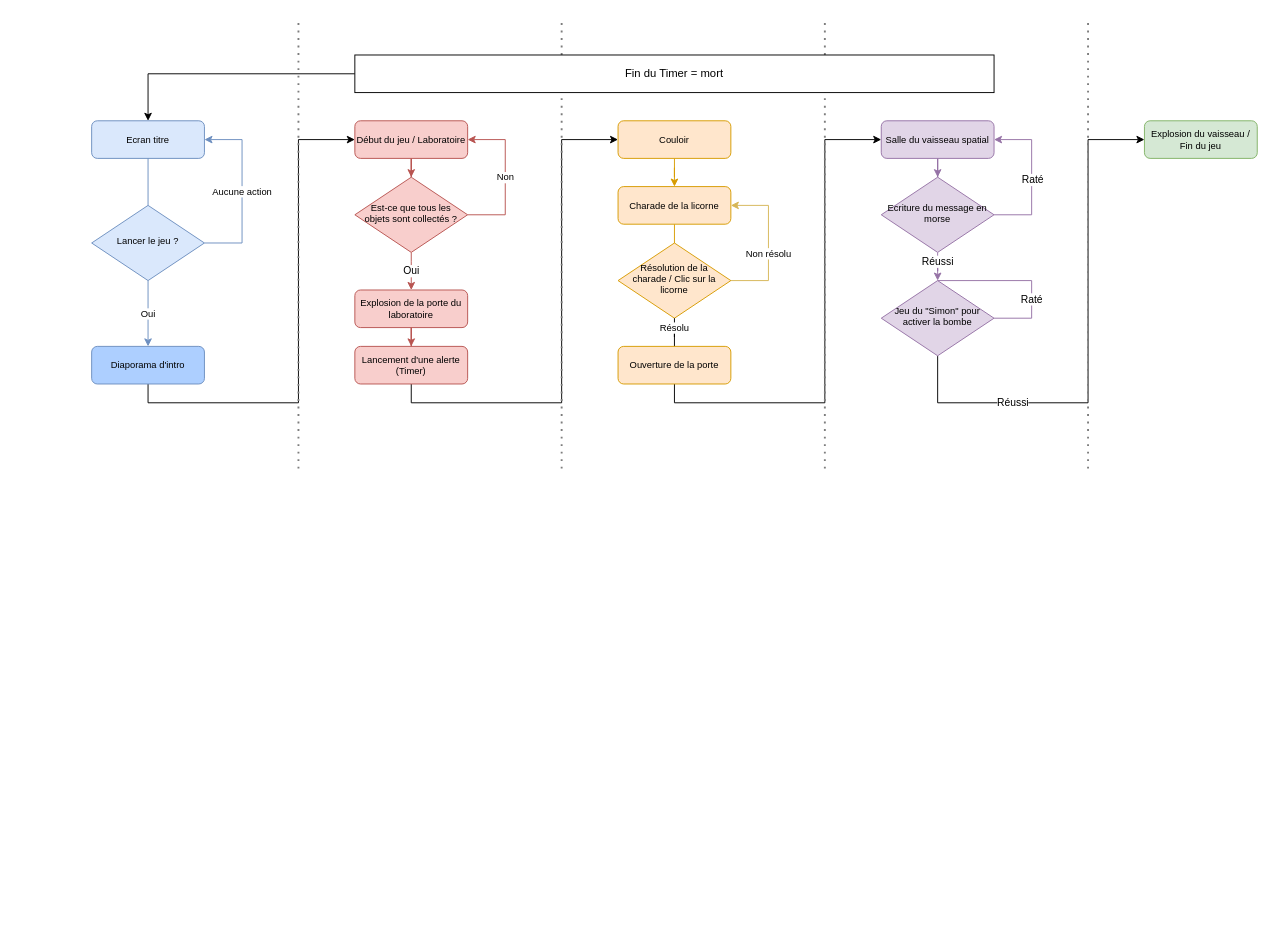
This is Schéma de navigation.drawio from AztyMatt/Alien-Escaper, a draw.io file, before an edit. Source tidied: cells renumbered, new cells numbered last; positions are measured from the earlier drawing's top-left corner, leaving out a move shared by most shapes. Both pictures are drawn from the tidied source at 94%, with x=0, y=0 at pixel (91, 17).
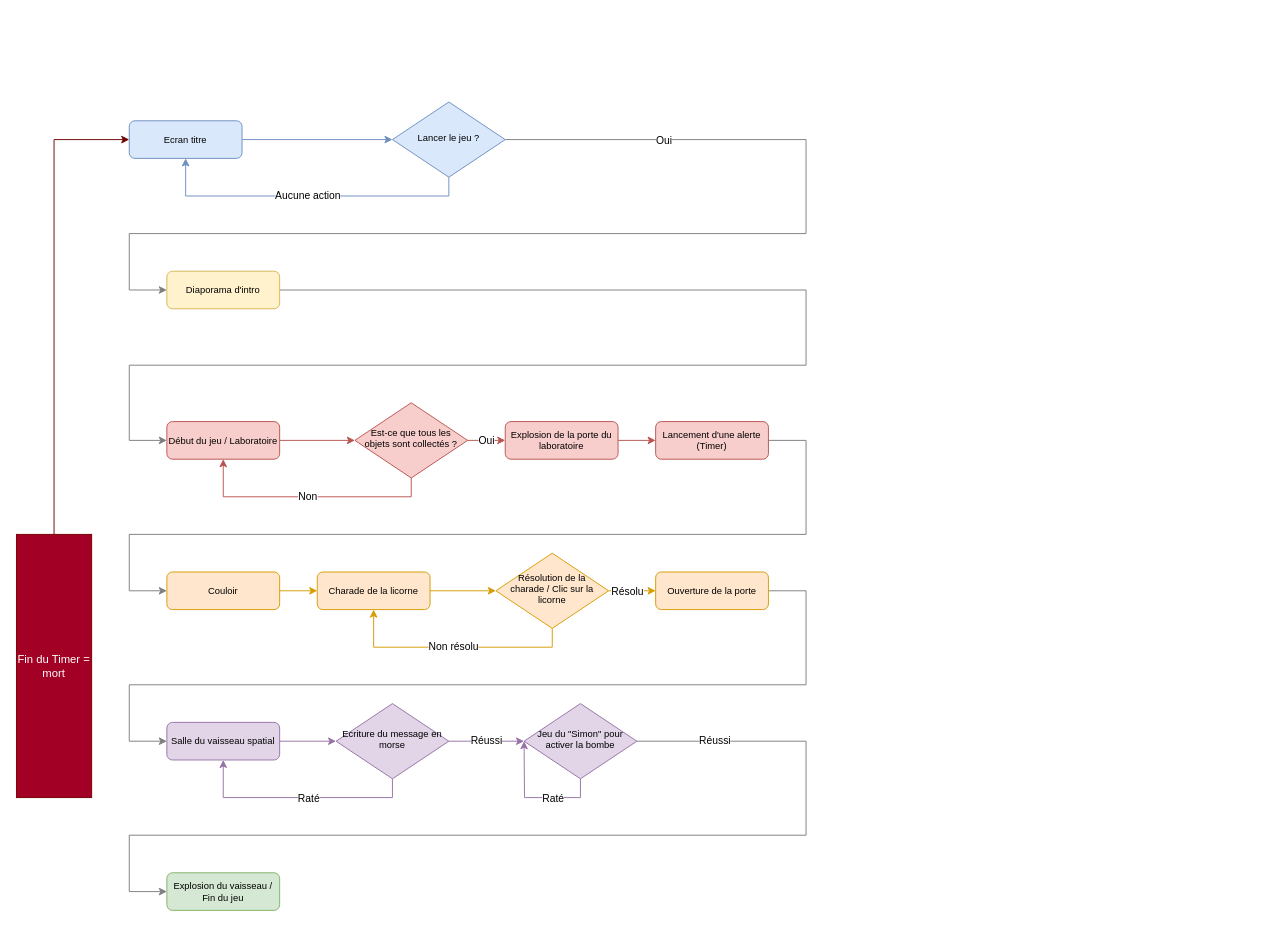
Above is the later version.

Commit message:
Mettre à jour Schéma de navigation.drawio

What changed in the source:
```diff
@@
-    <mxCell id="2" value="Oui" style="edgeStyle=orthogonalEdgeStyle;rounded=0;jettySize=auto;html=1;entryX=0.5;entryY=0;entryDx=0;entryDy=0;startArrow=none;fontSize=10;fillColor=#dae8fc;strokeColor=#6c8ebf;" parent="1" edge="1" source="8" target="5">
-      <mxGeometry relative="1" as="geometry">
-        <Array as="points">
-          <mxPoint x="60" y="290" />
-          <mxPoint x="60" y="290" />
-        </Array>
-      </mxGeometry>
-    </mxCell>
+    <mxCell id="6" style="edgeStyle=orthogonalEdgeStyle;rounded=0;jettySize=auto;html=1;entryX=0;entryY=0.5;entryDx=0;entryDy=0;strokeColor=#6c8ebf;fillColor=#dae8fc;" parent="1" edge="1" source="3" target="8">
+      <mxGeometry relative="1" as="geometry" />
+    </mxCell>
     <mxCell id="3" value="Ecran titre" style="rounded=1;whiteSpace=wrap;html=1;fontSize=10;glass=0;strokeWidth=1;shadow=0;fillColor=#dae8fc;strokeColor=#6c8ebf;" parent="1" vertex="1">
-      <mxGeometry y="110" width="120" height="40" as="geometry" />
+      <mxGeometry x="40" y="110" width="120" height="40" as="geometry" />
     </mxCell>
-    <mxCell id="4" style="edgeStyle=orthogonalEdgeStyle;rounded=0;jettySize=auto;html=1;exitX=0.5;exitY=1;exitDx=0;exitDy=0;fontSize=10;entryX=0;entryY=0.5;entryDx=0;entryDy=0;" parent="1" edge="1" source="5" target="10">
+    <mxCell id="4" style="edgeStyle=orthogonalEdgeStyle;rounded=0;jettySize=auto;html=1;entryX=0;entryY=0.5;entryDx=0;entryDy=0;strokeColor=#7D7D7D;" parent="1" edge="1" source="5" target="10">
       <mxGeometry relative="1" as="geometry">
         <Array as="points">
-          <mxPoint x="60" y="410" />
-          <mxPoint x="220" y="410" />
-          <mxPoint x="220" y="130" />
+          <mxPoint x="760" y="290" />
+          <mxPoint x="760" y="370" />
+          <mxPoint x="40" y="370" />
+          <mxPoint x="40" y="450" />
         </Array>
       </mxGeometry>
     </mxCell>
-    <mxCell id="5" value="Diaporama d'intro" style="rounded=1;whiteSpace=wrap;html=1;fontSize=10;glass=0;strokeWidth=1;shadow=0;fillColor=#adcfff;strokeColor=#6c8ebf;" parent="1" vertex="1">
-      <mxGeometry y="350" width="120" height="40" as="geometry" />
+    <mxCell id="5" value="Diaporama d'intro" style="rounded=1;whiteSpace=wrap;html=1;fontSize=10;glass=0;strokeWidth=1;shadow=0;fillColor=#fff2cc;strokeColor=#d6b656;" parent="1" vertex="1">
+      <mxGeometry x="80" y="270" width="120" height="40" as="geometry" />
     </mxCell>
-    <mxCell id="6" style="edgeStyle=orthogonalEdgeStyle;rounded=0;jettySize=auto;html=1;entryX=0.5;entryY=0;entryDx=0;entryDy=0;endArrow=none;fontSize=10;fillColor=#dae8fc;strokeColor=#6c8ebf;" parent="1" edge="1" source="3" target="8">
-      <mxGeometry relative="1" as="geometry" />
-    </mxCell>
+    <mxCell id="2" style="edgeStyle=orthogonalEdgeStyle;rounded=0;jettySize=auto;html=1;exitX=1;exitY=0.5;exitDx=0;exitDy=0;entryX=0;entryY=0.5;entryDx=0;entryDy=0;strokeColor=#7D7D7D;" parent="1" edge="1" source="8" target="5">
+      <mxGeometry relative="1" as="geometry">
+        <Array as="points">
+          <mxPoint x="760" y="130" />
+          <mxPoint x="760" y="230" />
+          <mxPoint x="40" y="230" />
+          <mxPoint x="40" y="290" />
+        </Array>
+      </mxGeometry>
+    </mxCell>
+    <mxCell id="46" value="Oui" style="edgeLabel;html=1;align=center;verticalAlign=middle;" parent="2" vertex="1">
+      <mxGeometry x="-0.84" y="1" relative="1" as="geometry">
+        <mxPoint x="69" y="1" as="offset" />
+      </mxGeometry>
+    </mxCell>
-    <mxCell id="7" value="Aucune action" style="edgeStyle=orthogonalEdgeStyle;rounded=0;jettySize=auto;html=1;entryX=1;entryY=0.5;entryDx=0;entryDy=0;fontSize=10;fillColor=#dae8fc;strokeColor=#6c8ebf;" parent="1" edge="1" source="8" target="3">
-      <mxGeometry relative="1" as="geometry">
-        <Array as="points">
-          <mxPoint x="160" y="240" />
-          <mxPoint x="160" y="130" />
-        </Array>
-      </mxGeometry>
+    <mxCell id="7" value="Aucune action" style="edgeStyle=orthogonalEdgeStyle;rounded=0;jettySize=auto;html=1;exitX=0.5;exitY=1;exitDx=0;exitDy=0;entryX=0.5;entryY=1;entryDx=0;entryDy=0;strokeColor=#6c8ebf;fillColor=#dae8fc;" parent="1" edge="1" source="8" target="3">
+      <mxGeometry relative="1" as="geometry" />
     </mxCell>
     <mxCell id="8" value="Lancer le jeu ?" style="rhombus;whiteSpace=wrap;html=1;shadow=0;fontFamily=Helvetica;fontSize=10;align=center;strokeWidth=1;spacing=6;spacingTop=-4;fillColor=#dae8fc;strokeColor=#6c8ebf;" parent="1" vertex="1">
-      <mxGeometry y="200" width="120" height="80" as="geometry" />
+      <mxGeometry x="320" y="90" width="120" height="80" as="geometry" />
     </mxCell>
-    <mxCell id="9" style="edgeStyle=orthogonalEdgeStyle;rounded=0;jettySize=auto;html=1;entryX=0.5;entryY=0;entryDx=0;entryDy=0;fontSize=10;fillColor=#f8cecc;strokeColor=#b85450;" parent="1" edge="1" source="10" target="13">
+    <mxCell id="9" style="edgeStyle=orthogonalEdgeStyle;rounded=0;jettySize=auto;html=1;entryX=0;entryY=0.5;entryDx=0;entryDy=0;strokeColor=#b85450;fillColor=#f8cecc;" parent="1" edge="1" source="10" target="13">
       <mxGeometry relative="1" as="geometry" />
     </mxCell>
     <mxCell id="10" value="Début du jeu / Laboratoire" style="rounded=1;whiteSpace=wrap;html=1;fontSize=10;glass=0;strokeWidth=1;shadow=0;fillColor=#f8cecc;strokeColor=#b85450;" parent="1" vertex="1">
-      <mxGeometry x="280" y="110" width="120" height="40" as="geometry" />
+      <mxGeometry x="80" y="430" width="120" height="40" as="geometry" />
     </mxCell>
+    <mxCell id="12" value="Oui" style="edgeStyle=orthogonalEdgeStyle;rounded=0;jettySize=auto;html=1;exitX=1;exitY=0.5;exitDx=0;exitDy=0;entryX=0;entryY=0.5;entryDx=0;entryDy=0;strokeColor=#b85450;fillColor=#f8cecc;" parent="1" edge="1" source="13" target="27">
+      <mxGeometry relative="1" as="geometry" />
+    </mxCell>
-    <mxCell id="11" value="Non" style="edgeStyle=orthogonalEdgeStyle;rounded=0;jettySize=auto;html=1;entryX=1;entryY=0.5;entryDx=0;entryDy=0;fontSize=10;fillColor=#f8cecc;strokeColor=#b85450;" parent="1" edge="1" source="13" target="10">
-      <mxGeometry relative="1" as="geometry">
-        <Array as="points">
-          <mxPoint x="440" y="210" />
-          <mxPoint x="440" y="130" />
-        </Array>
-      </mxGeometry>
+    <mxCell id="11" value="Non" style="edgeStyle=orthogonalEdgeStyle;rounded=0;jettySize=auto;html=1;exitX=0.5;exitY=1;exitDx=0;exitDy=0;entryX=0.5;entryY=1;entryDx=0;entryDy=0;strokeColor=#b85450;fillColor=#f8cecc;" parent="1" edge="1" source="13" target="10">
+      <mxGeometry relative="1" as="geometry" />
     </mxCell>
-    <mxCell id="12" value="Oui" style="edgeStyle=orthogonalEdgeStyle;rounded=0;jettySize=auto;html=1;entryX=0.5;entryY=0;entryDx=0;entryDy=0;fillColor=#f8cecc;strokeColor=#b85450;" parent="1" edge="1" source="13" target="27">
-      <mxGeometry relative="1" as="geometry">
-        <Array as="points">
-          <mxPoint x="340" y="260" />
-          <mxPoint x="340" y="260" />
-        </Array>
-      </mxGeometry>
-    </mxCell>
     <mxCell id="13" value="Est-ce que tous les objets sont collectés ?" style="rhombus;whiteSpace=wrap;html=1;shadow=0;fontFamily=Helvetica;fontSize=10;align=center;strokeWidth=1;spacing=6;spacingTop=-4;fillColor=#f8cecc;strokeColor=#b85450;" parent="1" vertex="1">
-      <mxGeometry x="280" y="170" width="120" height="80" as="geometry" />
+      <mxGeometry x="280" y="410" width="120" height="80" as="geometry" />
     </mxCell>
@@
     <mxCell id="15" value="Couloir" style="rounded=1;whiteSpace=wrap;html=1;fontSize=10;glass=0;strokeWidth=1;shadow=0;fillColor=#ffe6cc;strokeColor=#d79b00;" parent="1" vertex="1">
-      <mxGeometry x="560" y="110" width="120" height="40" as="geometry" />
+      <mxGeometry x="80" y="590" width="120" height="40" as="geometry" />
     </mxCell>
-    <mxCell id="16" style="edgeStyle=orthogonalEdgeStyle;rounded=0;jettySize=auto;html=1;fontSize=10;fillColor=#ffe6cc;strokeColor=#d79b00;" parent="1" edge="1" source="17">
-      <mxGeometry relative="1" as="geometry">
-        <mxPoint x="620" y="270" as="targetPoint" />
-      </mxGeometry>
-    </mxCell>
+    <mxCell id="47" style="edgeStyle=orthogonalEdgeStyle;rounded=0;jettySize=auto;html=1;entryX=0;entryY=0.5;entryDx=0;entryDy=0;strokeColor=#d79b00;fillColor=#ffe6cc;" parent="1" edge="1" source="17" target="20">
+      <mxGeometry relative="1" as="geometry" />
+    </mxCell>
     <mxCell id="17" value="Charade de la licorne" style="rounded=1;whiteSpace=wrap;html=1;fontSize=10;glass=0;strokeWidth=1;shadow=0;fillColor=#ffe6cc;strokeColor=#d79b00;" parent="1" vertex="1">
-      <mxGeometry x="560" y="180" width="120" height="40" as="geometry" />
+      <mxGeometry x="240" y="590" width="120" height="40" as="geometry" />
     </mxCell>
-    <mxCell id="18" style="edgeStyle=orthogonalEdgeStyle;rounded=0;jettySize=auto;html=1;fontSize=10;entryX=1;entryY=0.5;entryDx=0;entryDy=0;fillColor=#fff2cc;strokeColor=#d6b656;" parent="1" edge="1" source="20" target="17">
-      <mxGeometry relative="1" as="geometry">
-        <Array as="points">
-          <mxPoint x="720" y="280" />
-          <mxPoint x="720" y="200" />
-        </Array>
-      </mxGeometry>
-    </mxCell>
+    <mxCell id="48" style="edgeStyle=orthogonalEdgeStyle;rounded=0;jettySize=auto;html=1;exitX=1;exitY=0.5;exitDx=0;exitDy=0;entryX=0;entryY=0.5;entryDx=0;entryDy=0;strokeColor=#d79b00;fillColor=#ffe6cc;" parent="1" edge="1" source="20" target="30">
+      <mxGeometry relative="1" as="geometry" />
+    </mxCell>
+    <mxCell id="28" value="Résolu" style="edgeLabel;html=1;align=center;verticalAlign=middle;" parent="48" vertex="1">
+      <mxGeometry x="-0.27" relative="1" as="geometry">
+        <mxPoint x="1" as="offset" />
+      </mxGeometry>
+    </mxCell>
-    <mxCell id="19" value="Non résolu" style="edgeLabel;html=1;align=center;verticalAlign=middle;fontSize=10;" parent="18" vertex="1">
-      <mxGeometry x="0.12" y="1" relative="1" as="geometry">
-        <mxPoint y="20" as="offset" />
-      </mxGeometry>
+    <mxCell id="19" value="Non résolu" style="edgeStyle=orthogonalEdgeStyle;rounded=0;jettySize=auto;html=1;exitX=0.5;exitY=1;exitDx=0;exitDy=0;entryX=0.5;entryY=1;entryDx=0;entryDy=0;strokeColor=#d79b00;fillColor=#ffe6cc;" parent="1" edge="1" source="20" target="17">
+      <mxGeometry relative="1" as="geometry" />
     </mxCell>
     <mxCell id="20" value="Résolution de la charade / Clic sur la licorne" style="rhombus;whiteSpace=wrap;html=1;shadow=0;fontFamily=Helvetica;fontSize=10;align=center;strokeWidth=1;spacing=6;spacingTop=-4;fillColor=#ffe6cc;strokeColor=#d79b00;" parent="1" vertex="1">
-      <mxGeometry x="560" y="240" width="120" height="80" as="geometry" />
+      <mxGeometry x="430" y="570" width="120" height="80" as="geometry" />
     </mxCell>
-    <mxCell id="21" style="edgeStyle=orthogonalEdgeStyle;rounded=0;jettySize=auto;html=1;fillColor=#e1d5e7;strokeColor=#9673a6;" parent="1" edge="1" source="22" target="34">
+    <mxCell id="21" style="edgeStyle=orthogonalEdgeStyle;rounded=0;jettySize=auto;html=1;entryX=0;entryY=0.5;entryDx=0;entryDy=0;strokeColor=#9673a6;fillColor=#e1d5e7;" parent="1" edge="1" source="22" target="34">
       <mxGeometry relative="1" as="geometry" />
     </mxCell>
     <mxCell id="22" value="Salle du vaisseau spatial" style="rounded=1;whiteSpace=wrap;html=1;fontSize=10;glass=0;strokeWidth=1;shadow=0;fillColor=#e1d5e7;strokeColor=#9673a6;" parent="1" vertex="1">
-      <mxGeometry x="840" y="110" width="120" height="40" as="geometry" />
+      <mxGeometry x="80" y="750" width="120" height="40" as="geometry" />
     </mxCell>
-    <mxCell id="23" value="Réussi" style="edgeStyle=orthogonalEdgeStyle;rounded=0;jettySize=auto;html=1;entryX=0;entryY=0.5;entryDx=0;entryDy=0;" parent="1" edge="1" source="24" target="25">
-      <mxGeometry x="-0.53" relative="1" as="geometry">
+    <mxCell id="23" value="Réussi" style="edgeStyle=orthogonalEdgeStyle;rounded=0;jettySize=auto;html=1;entryX=0;entryY=0.5;entryDx=0;entryDy=0;strokeColor=#7D7D7D;" parent="1" edge="1" source="24" target="25">
+      <mxGeometry x="-0.85" relative="1" as="geometry">
         <Array as="points">
-          <mxPoint x="900" y="410" />
-          <mxPoint x="1060" y="410" />
-          <mxPoint x="1060" y="130" />
+          <mxPoint x="760" y="770" />
+          <mxPoint x="760" y="870" />
+          <mxPoint x="40" y="870" />
+          <mxPoint x="40" y="930" />
         </Array>
-        <mxPoint x="1" as="offset" />
       </mxGeometry>
     </mxCell>
+    <mxCell id="49" style="edgeStyle=orthogonalEdgeStyle;rounded=0;jettySize=auto;html=1;exitX=0.5;exitY=1;exitDx=0;exitDy=0;strokeColor=#9673a6;fillColor=#e1d5e7;" parent="1" edge="1" source="24">
+      <mxGeometry relative="1" as="geometry">
+        <mxPoint x="460" y="770" as="targetPoint" />
+      </mxGeometry>
+    </mxCell>
+    <mxCell id="50" value="Raté" style="edgeLabel;html=1;align=center;verticalAlign=middle;" parent="49" vertex="1">
+      <mxGeometry x="-0.43" relative="1" as="geometry">
+        <mxPoint x="-10" as="offset" />
+      </mxGeometry>
+    </mxCell>
     <mxCell id="24" value="Jeu du &quot;Simon&quot; pour activer la bombe" style="rhombus;whiteSpace=wrap;html=1;shadow=0;fontFamily=Helvetica;fontSize=10;align=center;strokeWidth=1;spacing=6;spacingTop=-4;fillColor=#e1d5e7;strokeColor=#9673a6;" parent="1" vertex="1">
-      <mxGeometry x="840" y="280" width="120" height="80" as="geometry" />
+      <mxGeometry x="460" y="730" width="120" height="80" as="geometry" />
     </mxCell>
     <mxCell id="25" value="Explosion du vaisseau / Fin du jeu" style="rounded=1;whiteSpace=wrap;html=1;fontSize=10;glass=0;strokeWidth=1;shadow=0;fillColor=#d5e8d4;strokeColor=#82b366;" parent="1" vertex="1">
-      <mxGeometry x="1120" y="110" width="120" height="40" as="geometry" />
+      <mxGeometry x="80" y="910" width="120" height="40" as="geometry" />
     </mxCell>
-    <mxCell id="26" style="edgeStyle=orthogonalEdgeStyle;rounded=0;jettySize=auto;html=1;entryX=0.5;entryY=0;entryDx=0;entryDy=0;strokeColor=#b85450;fillColor=#f8cecc;" parent="1" edge="1" source="27" target="39">
+    <mxCell id="26" style="edgeStyle=orthogonalEdgeStyle;rounded=0;jettySize=auto;html=1;exitX=1;exitY=0.5;exitDx=0;exitDy=0;entryX=0;entryY=0.5;entryDx=0;entryDy=0;strokeColor=#b85450;fillColor=#f8cecc;" parent="1" edge="1" source="27" target="39">
       <mxGeometry relative="1" as="geometry" />
     </mxCell>
     <mxCell id="27" value="Explosion de la porte du laboratoire" style="rounded=1;whiteSpace=wrap;html=1;fontSize=10;glass=0;strokeWidth=1;shadow=0;fillColor=#f8cecc;strokeColor=#b85450;" parent="1" vertex="1">
-      <mxGeometry x="280" y="290" width="120" height="40" as="geometry" />
+      <mxGeometry x="440" y="430" width="120" height="40" as="geometry" />
     </mxCell>
-    <mxCell id="28" value="Résolu" style="edgeStyle=orthogonalEdgeStyle;rounded=0;jettySize=auto;html=1;fontSize=10;endArrow=none;" parent="1" edge="1" source="20" target="30">
-      <mxGeometry x="0.2" relative="1" as="geometry" />
-    </mxCell>
-    <mxCell id="29" style="edgeStyle=orthogonalEdgeStyle;rounded=0;jettySize=auto;html=1;entryX=0;entryY=0.5;entryDx=0;entryDy=0;" parent="1" edge="1" source="30" target="22">
+    <mxCell id="29" style="edgeStyle=orthogonalEdgeStyle;rounded=0;jettySize=auto;html=1;entryX=0;entryY=0.5;entryDx=0;entryDy=0;strokeColor=#7D7D7D;" parent="1" edge="1" source="30" target="22">
       <mxGeometry relative="1" as="geometry">
         <Array as="points">
-          <mxPoint x="620" y="410" />
-          <mxPoint x="780" y="410" />
-          <mxPoint x="780" y="130" />
+          <mxPoint x="760" y="610" />
+          <mxPoint x="760" y="710" />
+          <mxPoint x="40" y="710" />
+          <mxPoint x="40" y="770" />
         </Array>
       </mxGeometry>
     </mxCell>
     <mxCell id="30" value="Ouverture de la porte" style="rounded=1;whiteSpace=wrap;html=1;fontSize=10;glass=0;strokeWidth=1;shadow=0;fillColor=#ffe6cc;strokeColor=#d79b00;" parent="1" vertex="1">
-      <mxGeometry x="560" y="350" width="120" height="40" as="geometry" />
+      <mxGeometry x="600" y="590" width="120" height="40" as="geometry" />
     </mxCell>
+    <mxCell id="33" value="Réussi" style="edgeStyle=orthogonalEdgeStyle;rounded=0;jettySize=auto;html=1;exitX=1;exitY=0.5;exitDx=0;exitDy=0;entryX=0;entryY=0.5;entryDx=0;entryDy=0;strokeColor=#9673a6;fillColor=#e1d5e7;" parent="1" edge="1" source="34" target="24">
+      <mxGeometry relative="1" as="geometry" />
+    </mxCell>
-    <mxCell id="31" style="edgeStyle=orthogonalEdgeStyle;rounded=0;jettySize=auto;html=1;entryX=1;entryY=0.5;entryDx=0;entryDy=0;fillColor=#e1d5e7;strokeColor=#9673a6;" parent="1" edge="1" source="34" target="22">
-      <mxGeometry relative="1" as="geometry">
-        <Array as="points">
-          <mxPoint x="1000" y="210" />
-          <mxPoint x="1000" y="130" />
-        </Array>
-      </mxGeometry>
+    <mxCell id="31" style="edgeStyle=orthogonalEdgeStyle;rounded=0;jettySize=auto;html=1;exitX=0.5;exitY=1;exitDx=0;exitDy=0;entryX=0.5;entryY=1;entryDx=0;entryDy=0;strokeColor=#9673a6;fillColor=#e1d5e7;" parent="1" edge="1" source="34" target="22">
+      <mxGeometry relative="1" as="geometry" />
     </mxCell>
-    <mxCell id="32" value="Raté" style="edgeLabel;html=1;align=center;verticalAlign=middle;" parent="31" vertex="1">
-      <mxGeometry x="-0.13" y="1" relative="1" as="geometry">
-        <mxPoint x="1" y="-8" as="offset" />
-      </mxGeometry>
-    </mxCell>
-    <mxCell id="33" value="Réussi" style="edgeStyle=orthogonalEdgeStyle;rounded=0;jettySize=auto;html=1;entryX=0.5;entryY=0;entryDx=0;entryDy=0;fillColor=#e1d5e7;strokeColor=#9673a6;" parent="1" edge="1" source="34" target="24">
-      <mxGeometry x="0.2" relative="1" as="geometry" />
-    </mxCell>
+    <mxCell id="51" value="Raté" style="edgeLabel;html=1;align=center;verticalAlign=middle;" parent="31" vertex="1">
+      <mxGeometry x="-0.19" relative="1" as="geometry">
+        <mxPoint x="-13" as="offset" />
+      </mxGeometry>
+    </mxCell>
     <mxCell id="34" value="Ecriture du message en morse" style="rhombus;whiteSpace=wrap;html=1;shadow=0;fontFamily=Helvetica;fontSize=10;align=center;strokeWidth=1;spacing=6;spacingTop=-4;fillColor=#e1d5e7;strokeColor=#9673a6;" parent="1" vertex="1">
-      <mxGeometry x="840" y="170" width="120" height="80" as="geometry" />
+      <mxGeometry x="260" y="730" width="120" height="80" as="geometry" />
     </mxCell>
-    <mxCell id="35" style="endArrow=none;html=1;rounded=0;strokeColor=#9673a6;fillColor=#e1d5e7;" parent="1" edge="1">
-      <mxGeometry relative="1" as="geometry">
-        <mxPoint x="960" y="320" as="sourcePoint" />
-        <mxPoint x="1000" y="320" as="targetPoint" />
-      </mxGeometry>
-    </mxCell>
-    <mxCell id="36" value="Raté" style="endArrow=none;html=1;rounded=0;strokeColor=#9673a6;fillColor=#e1d5e7;" parent="1" edge="1">
-      <mxGeometry relative="1" as="geometry">
-        <mxPoint x="1000" y="320" as="sourcePoint" />
-        <mxPoint x="1000" y="280" as="targetPoint" />
-      </mxGeometry>
-    </mxCell>
-    <mxCell id="37" style="endArrow=none;html=1;rounded=0;strokeColor=#9673a6;exitX=0.5;exitY=0;exitDx=0;exitDy=0;fillColor=#e1d5e7;" parent="1" edge="1" source="24">
-      <mxGeometry relative="1" as="geometry">
-        <mxPoint x="1000" y="280" as="targetPoint" />
-      </mxGeometry>
-    </mxCell>
-    <mxCell id="38" style="edgeStyle=orthogonalEdgeStyle;rounded=0;jettySize=auto;html=1;entryX=0;entryY=0.5;entryDx=0;entryDy=0;strokeColor=default;" parent="1" edge="1" source="39" target="15">
+    <mxCell id="38" style="edgeStyle=orthogonalEdgeStyle;rounded=0;jettySize=auto;html=1;entryX=0;entryY=0.5;entryDx=0;entryDy=0;strokeColor=#7D7D7D;" parent="1" edge="1" source="39" target="15">
       <mxGeometry relative="1" as="geometry">
         <Array as="points">
-          <mxPoint x="340" y="410" />
-          <mxPoint x="500" y="410" />
-          <mxPoint x="500" y="130" />
+          <mxPoint x="760" y="450" />
+          <mxPoint x="760" y="550" />
+          <mxPoint x="40" y="550" />
+          <mxPoint x="40" y="610" />
         </Array>
       </mxGeometry>
     </mxCell>
     <mxCell id="39" value="Lancement d'une alerte (Timer)" style="rounded=1;whiteSpace=wrap;html=1;fontSize=10;glass=0;strokeWidth=1;shadow=0;fillColor=#f8cecc;strokeColor=#b85450;" parent="1" vertex="1">
-      <mxGeometry x="280" y="350" width="120" height="40" as="geometry" />
+      <mxGeometry x="600" y="430" width="120" height="40" as="geometry" />
     </mxCell>
-    <mxCell id="40" style="edgeStyle=orthogonalEdgeStyle;rounded=0;jettySize=auto;html=1;entryX=0.5;entryY=0;entryDx=0;entryDy=0;" parent="1" edge="1" source="45" target="3">
+    <mxCell id="40" style="edgeStyle=orthogonalEdgeStyle;rounded=0;jettySize=auto;html=1;exitX=0.5;exitY=0;exitDx=0;exitDy=0;entryX=0;entryY=0.5;entryDx=0;entryDy=0;strokeColor=#6F0000;fillColor=#a20025;" parent="1" edge="1" source="45" target="3">
       <mxGeometry relative="1" as="geometry" />
     </mxCell>
-    <mxCell id="41" style="endArrow=none;dashed=1;html=1;dashPattern=1 3;strokeWidth=2;rounded=0;strokeColor=#7D7D7D;" parent="1" edge="1">
-      <mxGeometry relative="1" as="geometry">
-        <mxPoint x="220" y="480" as="sourcePoint" />
-        <mxPoint x="220" as="targetPoint" />
-      </mxGeometry>
-    </mxCell>
-    <mxCell id="42" style="endArrow=none;dashed=1;html=1;dashPattern=1 3;strokeWidth=2;rounded=0;strokeColor=#7D7D7D;" parent="1" edge="1">
-      <mxGeometry relative="1" as="geometry">
-        <mxPoint x="500" y="480" as="sourcePoint" />
-        <mxPoint x="500" as="targetPoint" />
-      </mxGeometry>
-    </mxCell>
-    <mxCell id="43" style="endArrow=none;dashed=1;html=1;dashPattern=1 3;strokeWidth=2;rounded=0;strokeColor=#7D7D7D;" parent="1" edge="1">
-      <mxGeometry relative="1" as="geometry">
-        <mxPoint x="780" y="480" as="sourcePoint" />
-        <mxPoint x="780" as="targetPoint" />
-      </mxGeometry>
-    </mxCell>
-    <mxCell id="44" style="endArrow=none;dashed=1;html=1;dashPattern=1 3;strokeWidth=2;rounded=0;strokeColor=#7D7D7D;" parent="1" edge="1">
-      <mxGeometry relative="1" as="geometry">
-        <mxPoint x="1060" y="480" as="sourcePoint" />
-        <mxPoint x="1060" as="targetPoint" />
-      </mxGeometry>
-    </mxCell>
-    <mxCell id="45" value="Fin du Timer = mort" style="rounded=0;whiteSpace=wrap;html=1;" parent="1" vertex="1">
-      <mxGeometry x="280" y="40" width="680" height="40" as="geometry" />
+    <mxCell id="45" value="&lt;p style=&quot;line-height: 120%;&quot;&gt;Fin du Timer = mort&lt;/p&gt;" style="rounded=0;whiteSpace=wrap;html=1;align=center;fillColor=#a20025;fontColor=#ffffff;strokeColor=#6F0000;" parent="1" vertex="1">
+      <mxGeometry x="-80" y="550" width="80" height="280" as="geometry" />
     </mxCell>
```
